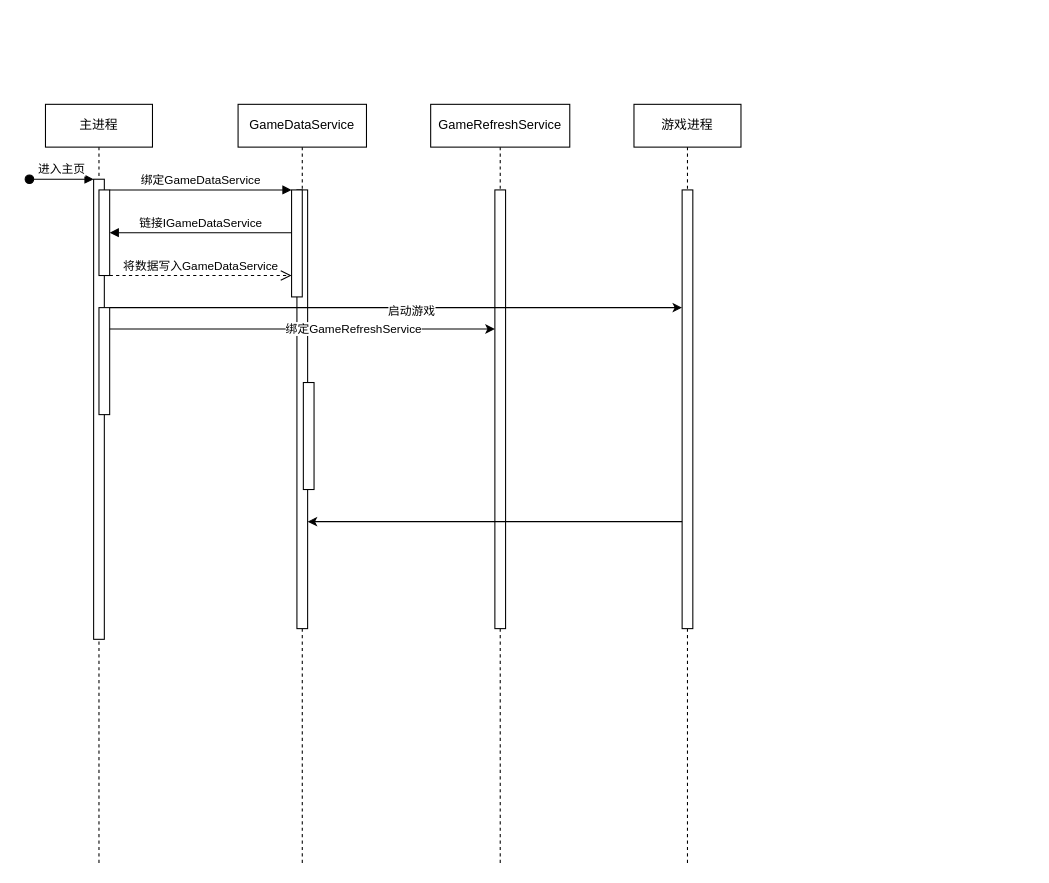
This is 未命名绘图.drawio from Discredited/Discredited.github.io, a draw.io file, before an edit. Source tidied: cells renumbered, new cells numbered last; positions are measured from the earlier drawing's top-left corner, leaving out a move shared by most shapes. Both pictures are drawn from the tidied source at 107%, with x=0, y=0 at pixel (29, 104).
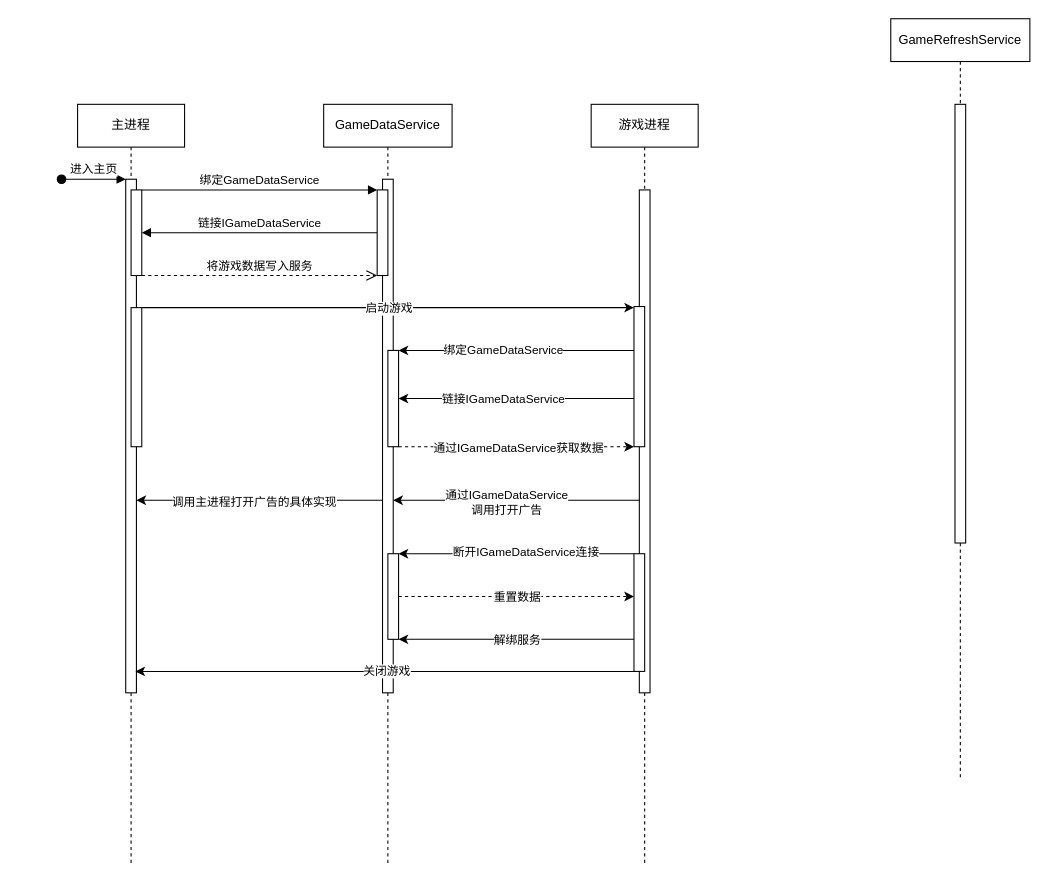
Above is the later version.

Commit message:
多进程GameDataService通信

The change refers to these unchanged cells:
```xml
<mxCell id="5" style="html=1;points=[];perimeter=orthogonalPerimeter;outlineConnect=0;targetShapes=umlLifeline;portConstraint=eastwest;newEdgeStyle={&quot;edgeStyle&quot;:&quot;elbowEdgeStyle&quot;,&quot;elbow&quot;:&quot;vertical&quot;,&quot;curved&quot;:0,&quot;rounded&quot;:0};" parent="2" vertex="1">
  <mxGeometry x="50" y="80" width="10" height="80" as="geometry" />
</mxCell>
<mxCell id="15" style="html=1;points=[];perimeter=orthogonalPerimeter;outlineConnect=0;targetShapes=umlLifeline;portConstraint=eastwest;newEdgeStyle={&quot;edgeStyle&quot;:&quot;elbowEdgeStyle&quot;,&quot;elbow&quot;:&quot;vertical&quot;,&quot;curved&quot;:0,&quot;rounded&quot;:0};" parent="14" vertex="1">
  <mxGeometry x="60" y="80" width="10" height="410" as="geometry" />
</mxCell>
```

Diff of the diagram source:
```diff
@@
     <mxCell id="2" value="主进程" style="shape=umlLifeline;perimeter=lifelinePerimeter;whiteSpace=wrap;html=1;newEdgeStyle={&quot;edgeStyle&quot;:&quot;elbowEdgeStyle&quot;,&quot;elbow&quot;:&quot;vertical&quot;,&quot;curved&quot;:0,&quot;rounded&quot;:0};" parent="1" vertex="1">
-      <mxGeometry x="15" width="100" height="710" as="geometry" />
+      <mxGeometry x="45" width="100" height="710" as="geometry" />
     </mxCell>
     <mxCell id="3" style="html=1;points=[];perimeter=orthogonalPerimeter;outlineConnect=0;targetShapes=umlLifeline;portConstraint=eastwest;newEdgeStyle={&quot;edgeStyle&quot;:&quot;elbowEdgeStyle&quot;,&quot;elbow&quot;:&quot;vertical&quot;,&quot;curved&quot;:0,&quot;rounded&quot;:0};" parent="2" vertex="1">
-      <mxGeometry x="45" y="70" width="10" height="430" as="geometry" />
+      <mxGeometry x="45" y="70" width="10" height="480" as="geometry" />
     </mxCell>
@@
     <mxCell id="6" style="html=1;points=[];perimeter=orthogonalPerimeter;outlineConnect=0;targetShapes=umlLifeline;portConstraint=eastwest;newEdgeStyle={&quot;edgeStyle&quot;:&quot;elbowEdgeStyle&quot;,&quot;elbow&quot;:&quot;vertical&quot;,&quot;curved&quot;:0,&quot;rounded&quot;:0};" parent="2" vertex="1">
-      <mxGeometry x="50" y="190" width="10" height="100" as="geometry" />
+      <mxGeometry x="50" y="190" width="10" height="130" as="geometry" />
     </mxCell>
     <mxCell id="7" value="GameDataService" style="shape=umlLifeline;perimeter=lifelinePerimeter;whiteSpace=wrap;html=1;newEdgeStyle={&quot;edgeStyle&quot;:&quot;elbowEdgeStyle&quot;,&quot;elbow&quot;:&quot;vertical&quot;,&quot;curved&quot;:0,&quot;rounded&quot;:0};" parent="1" vertex="1">
-      <mxGeometry x="195" width="120" height="710" as="geometry" />
+      <mxGeometry x="275" width="120" height="710" as="geometry" />
     </mxCell>
     <mxCell id="8" style="html=1;points=[];perimeter=orthogonalPerimeter;outlineConnect=0;targetShapes=umlLifeline;portConstraint=eastwest;newEdgeStyle={&quot;edgeStyle&quot;:&quot;elbowEdgeStyle&quot;,&quot;elbow&quot;:&quot;vertical&quot;,&quot;curved&quot;:0,&quot;rounded&quot;:0};" parent="7" vertex="1">
-      <mxGeometry x="55" y="80" width="10" height="410" as="geometry" />
+      <mxGeometry x="55" y="70" width="10" height="480" as="geometry" />
     </mxCell>
     <mxCell id="9" style="html=1;points=[];perimeter=orthogonalPerimeter;outlineConnect=0;targetShapes=umlLifeline;portConstraint=eastwest;newEdgeStyle={&quot;edgeStyle&quot;:&quot;elbowEdgeStyle&quot;,&quot;elbow&quot;:&quot;vertical&quot;,&quot;curved&quot;:0,&quot;rounded&quot;:0};" parent="7" vertex="1">
-      <mxGeometry x="61" y="260" width="10" height="100" as="geometry" />
+      <mxGeometry x="60" y="230" width="10" height="90" as="geometry" />
     </mxCell>
     <mxCell id="10" style="html=1;perimeter=orthogonalPerimeter;targetShapes=umlLifeline;newEdgeStyle={&quot;edgeStyle&quot;:&quot;elbowEdgeStyle&quot;,&quot;elbow&quot;:&quot;vertical&quot;,&quot;curved&quot;:0,&quot;rounded&quot;:0};" parent="7" vertex="1">
-      <mxGeometry x="50" y="80" width="10" height="100" as="geometry" />
+      <mxGeometry x="50" y="80" width="10" height="80" as="geometry" />
     </mxCell>
+    <mxCell id="23" style="html=1;points=[];perimeter=orthogonalPerimeter;outlineConnect=0;targetShapes=umlLifeline;portConstraint=eastwest;newEdgeStyle={&quot;edgeStyle&quot;:&quot;elbowEdgeStyle&quot;,&quot;elbow&quot;:&quot;vertical&quot;,&quot;curved&quot;:0,&quot;rounded&quot;:0};" parent="7" vertex="1">
+      <mxGeometry x="60" y="420" width="10" height="80" as="geometry" />
+    </mxCell>
     <mxCell id="11" value="绑定GameDataService" style="html=1;verticalAlign=bottom;endArrow=block;edgeStyle=elbowEdgeStyle;elbow=vertical;curved=0;rounded=0;" parent="1" edge="1" source="5">
       <mxGeometry relative="1" as="geometry">
-        <mxPoint x="245" y="80" as="targetPoint" />
+        <mxPoint x="325" y="80" as="targetPoint" />
         <Array as="points">
           <mxPoint x="155" y="80" />
         </Array>
       </mxGeometry>
     </mxCell>
     <mxCell id="12" value="链接IGameDataService" style="html=1;verticalAlign=bottom;endArrow=block;edgeStyle=elbowEdgeStyle;elbow=horizontal;curved=0;rounded=0;" parent="1" edge="1" target="5">
       <mxGeometry relative="1" as="geometry">
-        <mxPoint x="245" y="120" as="sourcePoint" />
+        <mxPoint x="325" y="120" as="sourcePoint" />
         <Array as="points">
           <mxPoint x="165" y="120" />
         </Array>
       </mxGeometry>
     </mxCell>
-    <mxCell id="13" value="将数据写入GameDataService" style="html=1;verticalAlign=bottom;endArrow=open;dashed=1;endSize=8;edgeStyle=elbowEdgeStyle;elbow=vertical;curved=0;rounded=0;" parent="1" edge="1" source="5">
+    <mxCell id="13" value="将游戏数据写入服务" style="html=1;verticalAlign=bottom;endArrow=open;dashed=1;endSize=8;edgeStyle=elbowEdgeStyle;elbow=vertical;curved=0;rounded=0;" parent="1" edge="1" source="5">
       <mxGeometry relative="1" as="geometry">
-        <mxPoint x="245" y="160" as="targetPoint" />
+        <mxPoint x="325" y="160" as="targetPoint" />
         <Array as="points">
           <mxPoint x="165" y="160" />
           <mxPoint x="155" y="190" />
         </Array>
       </mxGeometry>
     </mxCell>
     <mxCell id="14" value="GameRefreshService" style="shape=umlLifeline;perimeter=lifelinePerimeter;whiteSpace=wrap;html=1;newEdgeStyle={&quot;edgeStyle&quot;:&quot;elbowEdgeStyle&quot;,&quot;elbow&quot;:&quot;vertical&quot;,&quot;curved&quot;:0,&quot;rounded&quot;:0};" parent="1" vertex="1">
-      <mxGeometry x="375" width="130" height="710" as="geometry" />
+      <mxGeometry x="805" y="-80" width="130" height="710" as="geometry" />
     </mxCell>
@@
     <mxCell id="16" value="游戏进程" style="shape=umlLifeline;perimeter=lifelinePerimeter;whiteSpace=wrap;html=1;newEdgeStyle={&quot;edgeStyle&quot;:&quot;elbowEdgeStyle&quot;,&quot;elbow&quot;:&quot;vertical&quot;,&quot;curved&quot;:0,&quot;rounded&quot;:0};" parent="1" vertex="1">
-      <mxGeometry x="565" width="100" height="710" as="geometry" />
+      <mxGeometry x="525" width="100" height="710" as="geometry" />
     </mxCell>
     <mxCell id="17" style="html=1;points=[];perimeter=orthogonalPerimeter;outlineConnect=0;targetShapes=umlLifeline;portConstraint=eastwest;newEdgeStyle={&quot;edgeStyle&quot;:&quot;elbowEdgeStyle&quot;,&quot;elbow&quot;:&quot;vertical&quot;,&quot;curved&quot;:0,&quot;rounded&quot;:0};" parent="16" vertex="1">
-      <mxGeometry x="45" y="80" width="10" height="410" as="geometry" />
+      <mxGeometry x="45" y="80" width="10" height="470" as="geometry" />
     </mxCell>
+    <mxCell id="24" style="html=1;points=[];perimeter=orthogonalPerimeter;outlineConnect=0;targetShapes=umlLifeline;portConstraint=eastwest;newEdgeStyle={&quot;edgeStyle&quot;:&quot;elbowEdgeStyle&quot;,&quot;elbow&quot;:&quot;vertical&quot;,&quot;curved&quot;:0,&quot;rounded&quot;:0};" parent="16" vertex="1">
+      <mxGeometry x="40" y="189" width="10" height="131" as="geometry" />
+    </mxCell>
+    <mxCell id="25" style="html=1;points=[];perimeter=orthogonalPerimeter;outlineConnect=0;targetShapes=umlLifeline;portConstraint=eastwest;newEdgeStyle={&quot;edgeStyle&quot;:&quot;elbowEdgeStyle&quot;,&quot;elbow&quot;:&quot;vertical&quot;,&quot;curved&quot;:0,&quot;rounded&quot;:0};" parent="16" vertex="1">
+      <mxGeometry x="40" y="420" width="10" height="110" as="geometry" />
+    </mxCell>
-    <mxCell id="18" style="edgeStyle=elbowEdgeStyle;rounded=0;jettySize=auto;html=1;elbow=vertical;curved=0;" parent="1" edge="1" source="6" target="17">
+    <mxCell id="18" style="edgeStyle=elbowEdgeStyle;rounded=0;jettySize=auto;html=1;elbow=vertical;curved=0;" parent="1" edge="1" source="6" target="24">
       <mxGeometry relative="1" as="geometry">
         <Array as="points">
           <mxPoint x="125" y="190" />
         </Array>
       </mxGeometry>
     </mxCell>
     <mxCell id="19" value="启动游戏" style="edgeLabel;html=1;align=center;verticalAlign=middle;" parent="18" vertex="1">
-      <mxGeometry x="0.05" y="-2" relative="1" as="geometry" />
+      <mxGeometry x="0.05" y="-2" relative="1" as="geometry">
+        <mxPoint x="-12" y="-2" as="offset" />
+      </mxGeometry>
     </mxCell>
-    <mxCell id="20" style="edgeStyle=elbowEdgeStyle;rounded=0;jettySize=auto;html=1;elbow=vertical;curved=0;" parent="1" edge="1" source="6" target="15">
-      <mxGeometry relative="1" as="geometry">
-        <Array as="points">
-          <mxPoint x="205" y="210" />
-        </Array>
-      </mxGeometry>
-    </mxCell>
-    <mxCell id="21" value="绑定GameRefreshService" style="edgeLabel;html=1;align=center;verticalAlign=middle;" parent="20" vertex="1">
-      <mxGeometry x="0.26" y="1" relative="1" as="geometry" />
-    </mxCell>
-    <mxCell id="22" style="edgeStyle=elbowEdgeStyle;rounded=0;jettySize=auto;html=1;elbow=vertical;curved=0;" parent="1" edge="1" source="17" target="8">
+    <mxCell id="22" style="edgeStyle=elbowEdgeStyle;rounded=0;orthogonalLoop=1;jettySize=auto;html=1;elbow=vertical;curved=0;" parent="1" edge="1">
       <mxGeometry relative="1" as="geometry">
+        <mxPoint x="565" y="230" as="sourcePoint" />
+        <mxPoint x="345" y="230" as="targetPoint" />
         <Array as="points">
-          <mxPoint x="545" y="390" />
+          <mxPoint x="351" y="230" />
+          <mxPoint x="541" y="370" />
         </Array>
       </mxGeometry>
     </mxCell>
+    <mxCell id="26" value="绑定GameDataService" style="edgeLabel;html=1;align=center;verticalAlign=middle;" parent="22" vertex="1">
+      <mxGeometry x="-0.33" y="-1" relative="1" as="geometry">
+        <mxPoint x="-49" as="offset" />
+      </mxGeometry>
+    </mxCell>
+    <mxCell id="27" style="edgeStyle=elbowEdgeStyle;rounded=0;jettySize=auto;html=1;elbow=vertical;curved=0;" parent="1" edge="1" source="24">
+      <mxGeometry relative="1" as="geometry">
+        <mxPoint x="345" y="275" as="targetPoint" />
+      </mxGeometry>
+    </mxCell>
+    <mxCell id="28" value="链接IGameDataService" style="edgeLabel;html=1;align=center;verticalAlign=middle;" parent="27" vertex="1">
+      <mxGeometry x="0.12" relative="1" as="geometry" />
+    </mxCell>
+    <mxCell id="29" style="edgeStyle=elbowEdgeStyle;rounded=0;jettySize=auto;html=1;elbow=horizontal;curved=0;dashed=1;" parent="1" edge="1" source="9">
+      <mxGeometry relative="1" as="geometry">
+        <mxPoint x="565" y="320" as="targetPoint" />
+        <Array as="points">
+          <mxPoint x="445" y="320" />
+        </Array>
+      </mxGeometry>
+    </mxCell>
+    <mxCell id="30" value="通过IGameDataService获取数据" style="edgeLabel;html=1;align=center;verticalAlign=middle;" parent="29" vertex="1">
+      <mxGeometry x="0.05" relative="1" as="geometry">
+        <mxPoint x="-5" as="offset" />
+      </mxGeometry>
+    </mxCell>
+    <mxCell id="31" style="edgeStyle=elbowEdgeStyle;rounded=0;jettySize=auto;html=1;elbow=horizontal;curved=0;" parent="1" edge="1" source="17" target="8">
+      <mxGeometry relative="1" as="geometry">
+        <Array as="points">
+          <mxPoint x="365" y="370" />
+          <mxPoint x="465" y="370" />
+          <mxPoint x="525" y="360" />
+        </Array>
+      </mxGeometry>
+    </mxCell>
+    <mxCell id="32" value="通过IGameDataService&lt;br&gt;调用打开广告" style="edgeLabel;html=1;align=center;verticalAlign=middle;" parent="31" vertex="1">
+      <mxGeometry x="0.26" y="1" relative="1" as="geometry">
+        <mxPoint x="20" as="offset" />
+      </mxGeometry>
+    </mxCell>
+    <mxCell id="33" style="edgeStyle=elbowEdgeStyle;rounded=0;jettySize=auto;html=1;elbow=vertical;curved=0;" parent="1" edge="1" source="8" target="3">
+      <mxGeometry relative="1" as="geometry">
+        <Array as="points">
+          <mxPoint x="265" y="370" />
+        </Array>
+      </mxGeometry>
+    </mxCell>
+    <mxCell id="34" value="调用主进程打开广告的具体实现" style="edgeLabel;html=1;align=center;verticalAlign=middle;" parent="33" vertex="1">
+      <mxGeometry x="0.05" y="1" relative="1" as="geometry" />
+    </mxCell>
+    <mxCell id="35" style="edgeStyle=elbowEdgeStyle;rounded=0;orthogonalLoop=1;jettySize=auto;html=1;elbow=vertical;curved=0;" parent="1" edge="1">
+      <mxGeometry relative="1" as="geometry">
+        <mxPoint x="569" y="530" as="sourcePoint" />
+        <mxPoint x="99" y="530" as="targetPoint" />
+        <Array as="points">
+          <mxPoint x="429" y="530" />
+          <mxPoint x="299" y="540" />
+        </Array>
+      </mxGeometry>
+    </mxCell>
+    <mxCell id="36" value="关闭游戏" style="edgeLabel;html=1;align=center;verticalAlign=middle;" parent="35" vertex="1">
+      <mxGeometry x="0.33" y="-1" relative="1" as="geometry">
+        <mxPoint x="77" as="offset" />
+      </mxGeometry>
+    </mxCell>
+    <mxCell id="37" style="edgeStyle=elbowEdgeStyle;rounded=0;jettySize=auto;html=1;elbow=horizontal;curved=0;" parent="1" edge="1" source="25" target="23">
+      <mxGeometry relative="1" as="geometry">
+        <Array as="points">
+          <mxPoint x="435" y="420" />
+        </Array>
+      </mxGeometry>
+    </mxCell>
+    <mxCell id="38" value="断开IGameDataService连接" style="edgeLabel;html=1;align=center;verticalAlign=middle;" parent="37" vertex="1">
+      <mxGeometry x="-0.07" y="-2" relative="1" as="geometry" />
+    </mxCell>
+    <mxCell id="39" style="edgeStyle=elbowEdgeStyle;rounded=0;jettySize=auto;html=1;elbow=horizontal;curved=0;" parent="1" edge="1" source="25" target="23">
+      <mxGeometry relative="1" as="geometry">
+        <Array as="points">
+          <mxPoint x="425" y="500" />
+          <mxPoint x="405" y="490" />
+        </Array>
+      </mxGeometry>
+    </mxCell>
+    <mxCell id="40" value="解绑服务" style="edgeLabel;html=1;align=center;verticalAlign=middle;" parent="39" vertex="1">
+      <mxGeometry x="0.2" y="2" relative="1" as="geometry">
+        <mxPoint x="22" y="-2" as="offset" />
+      </mxGeometry>
+    </mxCell>
+    <mxCell id="41" style="edgeStyle=elbowEdgeStyle;rounded=0;jettySize=auto;html=1;elbow=vertical;curved=0;dashed=1;" parent="1" edge="1" source="23">
+      <mxGeometry relative="1" as="geometry">
+        <mxPoint x="565" y="460" as="targetPoint" />
+      </mxGeometry>
+    </mxCell>
+    <mxCell id="42" value="重置数据" style="edgeLabel;html=1;align=center;verticalAlign=middle;" parent="41" vertex="1">
+      <mxGeometry x="0.22" y="-1" relative="1" as="geometry">
+        <mxPoint x="-24" y="-1" as="offset" />
+      </mxGeometry>
+    </mxCell>
```
